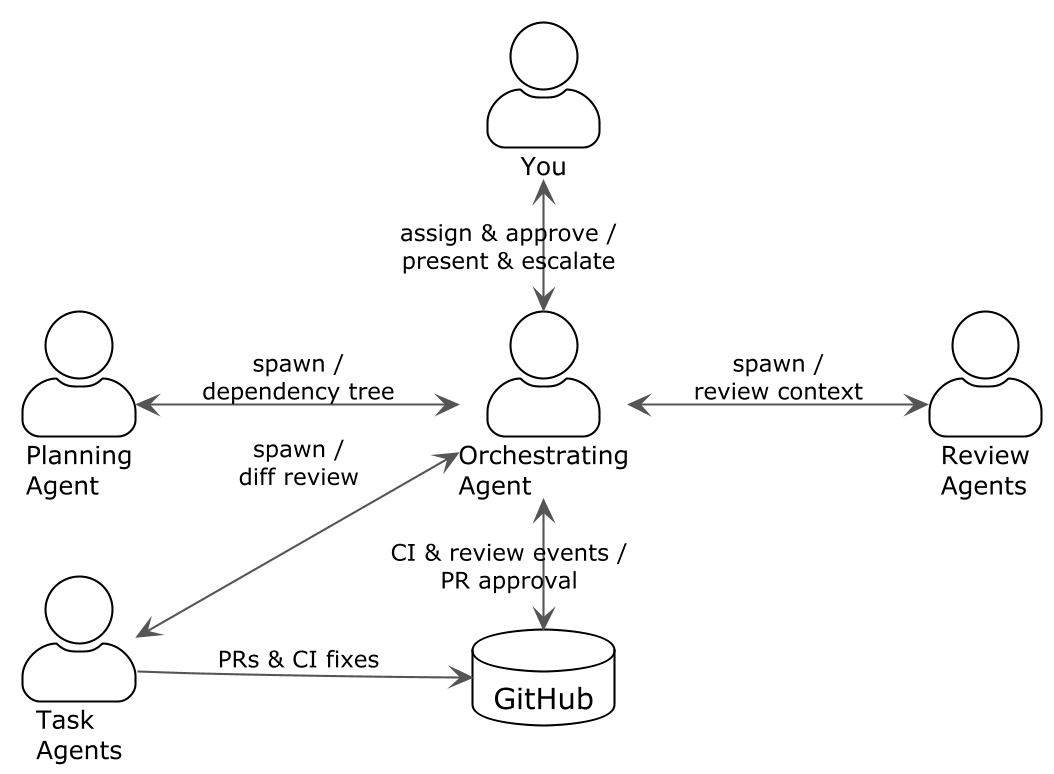
Above: docs/orchestration.png in evanisnor/agent-workflow (PlantUML), before the change.
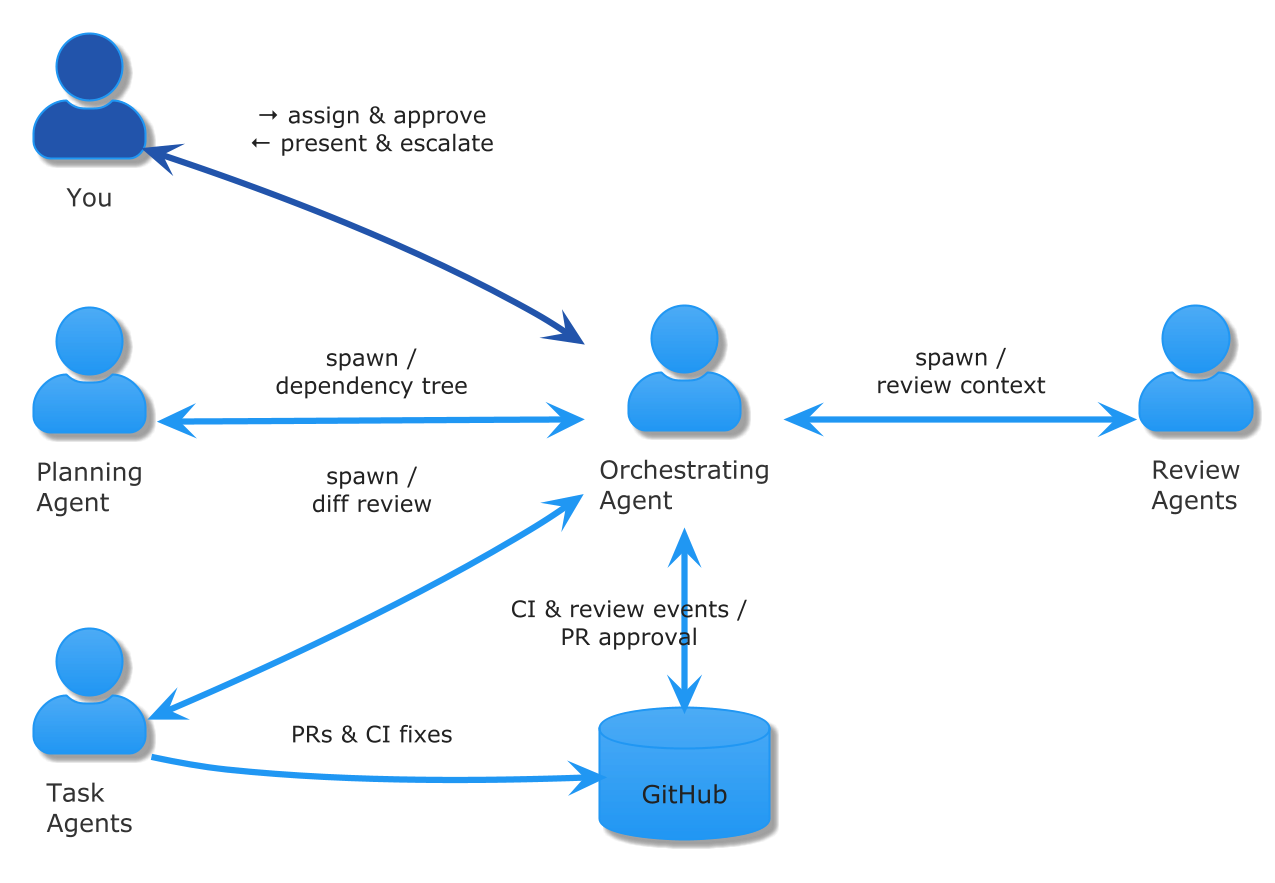
The same diagram one commit later.

Commit message:
Update orchestration diagram: materia theme, improved layout

Change to the diagram source:
```diff
@@ -1,24 +1,24 @@
 @startuml orchestration
-skinparamlocked dpi 200
-!theme plain
+!theme materia
+skinparam dpi 200
 skinparam backgroundColor #FFFFFF
 skinparam actorStyle awesome
-skinparam arrowColor #555555
 skinparam arrowFontSize 11
 skinparam actorFontSize 12
+skinparam actorFontColor #333333
 
 left to right direction
 
 actor "Planning\nAgent" as pa
 actor "Task\nAgents" as ta
 
-actor "You" as human
+actor "You" as human #2255AA
 actor "Orchestrating\nAgent" as oa
 
 actor "Review\nAgents" as ra
 database "GitHub" as gh
 
-human <-right-> oa : assign & approve /\npresent & escalate
+human <-[#2255AA]-> oa : "→ assign & approve\n← present & escalate"
 
 oa <-up-> pa : spawn /\ndependency tree
 oa <-up-> ta : spawn /\ndiff review
```
